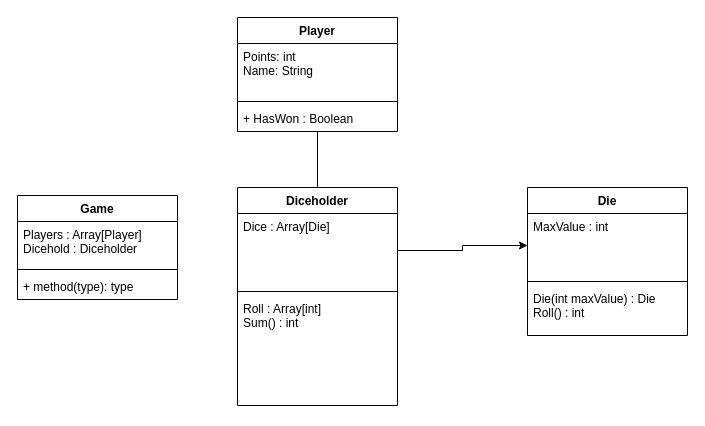
Earlier version of the draw.io diagram Untitled Diagram.drawio (Gruppe-10-DTU/CDIO1). Source tidied: cells renumbered, new cells numbered last; positions are measured from the earlier drawing's top-left corner, leaving out a move shared by most shapes. Both pictures are drawn from the tidied source at 100%, with x=0, y=0 at pixel (17, 17).
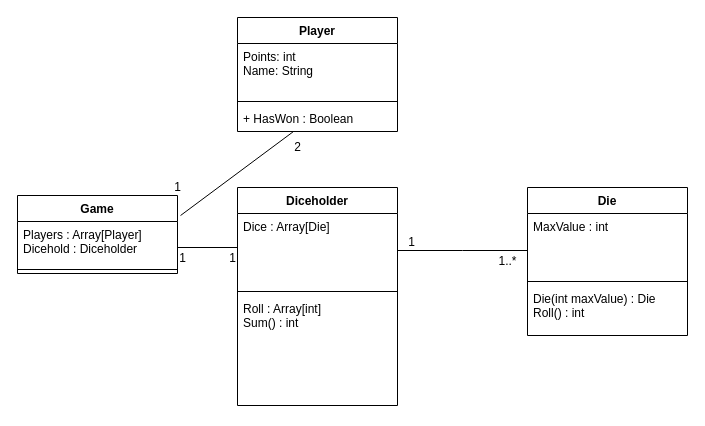
After the change.

Commit message:
Final UML for MVP

The change refers to these unchanged cells:
```xml
<mxCell id="5" value="+ HasWon : Boolean" style="text;strokeColor=none;fillColor=none;align=left;verticalAlign=top;spacingLeft=4;spacingRight=4;overflow=hidden;points=[[0,0.5],[1,0.5]];portConstraint=eastwest;" parent="2" vertex="1">
  <mxGeometry y="88" width="160" height="26" as="geometry" />
</mxCell>
<mxCell id="6" value="Diceholder" style="swimlane;fontStyle=1;align=center;verticalAlign=top;horizontal=1;startSize=26;" parent="1" vertex="1">
  <mxGeometry x="220" y="170" width="160" height="218" as="geometry" />
</mxCell>
<mxCell id="7" value="Dice : Array[Die]&#10;" style="text;strokeColor=none;fillColor=none;align=left;verticalAlign=top;spacingLeft=4;spacingRight=4;overflow=hidden;points=[[0,0.5],[1,0.5]];portConstraint=eastwest;" parent="6" vertex="1">
  <mxGeometry y="26" width="160" height="74" as="geometry" />
</mxCell>
<mxCell id="12" value="MaxValue : int" style="text;strokeColor=none;fillColor=none;align=left;verticalAlign=top;spacingLeft=4;spacingRight=4;overflow=hidden;points=[[0,0.5],[1,0.5]];portConstraint=eastwest;" parent="11" vertex="1">
  <mxGeometry y="26" width="160" height="64" as="geometry" />
</mxCell>
<mxCell id="17" value="Players : Array[Player]&#10;Dicehold : Diceholder" style="text;strokeColor=none;fillColor=none;align=left;verticalAlign=top;spacingLeft=4;spacingRight=4;overflow=hidden;points=[[0,0.5],[1,0.5]];portConstraint=eastwest;" parent="16" vertex="1">
  <mxGeometry y="26" width="160" height="44" as="geometry" />
</mxCell>
```

What changed in the source:
```diff
@@
-    <mxCell id="10" style="endArrow=none;html=1;rounded=0;" parent="1" edge="1" source="6" target="5">
+    <mxCell id="10" style="endArrow=none;html=1;rounded=0;exitX=1.019;exitY=-0.136;exitDx=0;exitDy=0;exitPerimeter=0;entryX=0.35;entryY=1;entryDx=0;entryDy=0;entryPerimeter=0;" parent="1" edge="1" source="17" target="5">
       <mxGeometry relative="1" as="geometry" />
     </mxCell>
@@
-    <mxCell id="15" style="edgeStyle=orthogonalEdgeStyle;rounded=0;jettySize=auto;html=1;exitX=1;exitY=0.5;exitDx=0;exitDy=0;entryX=0;entryY=0.5;entryDx=0;entryDy=0;" parent="1" edge="1" source="7" target="12">
-      <mxGeometry relative="1" as="geometry" />
-    </mxCell>
     <mxCell id="16" value="Game" style="swimlane;fontStyle=1;align=center;verticalAlign=top;horizontal=1;startSize=26;" parent="1" vertex="1">
-      <mxGeometry y="178" width="160" height="104" as="geometry" />
+      <mxGeometry y="178" width="160" height="78" as="geometry" />
     </mxCell>
@@
-    <mxCell id="19" value="+ method(type): type" style="text;strokeColor=none;fillColor=none;align=left;verticalAlign=top;spacingLeft=4;spacingRight=4;overflow=hidden;" parent="16" vertex="1">
-      <mxGeometry y="78" width="160" height="26" as="geometry" />
-    </mxCell>
+    <mxCell id="20" style="rounded=0;orthogonalLoop=1;jettySize=auto;html=1;endArrow=none;endFill=0;" parent="1" edge="1">
+      <mxGeometry relative="1" as="geometry">
+        <mxPoint x="220" y="230" as="sourcePoint" />
+        <mxPoint x="160" y="230" as="targetPoint" />
+      </mxGeometry>
+    </mxCell>
+    <mxCell id="21" value="2" style="text;html=1;align=center;verticalAlign=middle;strokeColor=none;fillColor=none;" parent="1" vertex="1">
+      <mxGeometry x="265" y="115" width="30" height="30" as="geometry" />
+    </mxCell>
+    <mxCell id="22" value="1" style="text;html=1;align=center;verticalAlign=middle;strokeColor=none;fillColor=none;" parent="1" vertex="1">
+      <mxGeometry x="145" y="155" width="30" height="30" as="geometry" />
+    </mxCell>
+    <mxCell id="23" value="1" style="text;html=1;align=center;verticalAlign=middle;strokeColor=none;fillColor=none;" parent="1" vertex="1">
+      <mxGeometry x="200" y="226" width="30" height="30" as="geometry" />
+    </mxCell>
+    <mxCell id="24" value="1" style="text;html=1;align=center;verticalAlign=middle;strokeColor=none;fillColor=none;" parent="1" vertex="1">
+      <mxGeometry x="150" y="226" width="30" height="30" as="geometry" />
+    </mxCell>
+    <mxCell id="25" value="1" style="text;html=1;align=center;verticalAlign=middle;strokeColor=none;fillColor=none;" parent="1" vertex="1">
+      <mxGeometry x="379" y="210" width="30" height="30" as="geometry" />
+    </mxCell>
+    <mxCell id="26" value="1..*" style="text;html=1;align=center;verticalAlign=middle;strokeColor=none;fillColor=none;" parent="1" vertex="1">
+      <mxGeometry x="470" y="229" width="40" height="30" as="geometry" />
+    </mxCell>
+    <mxCell id="27" style="edgeStyle=orthogonalEdgeStyle;rounded=0;jettySize=auto;html=1;exitX=1;exitY=0.5;exitDx=0;exitDy=0;endArrow=none;endFill=0;" parent="1" edge="1" source="7">
+      <mxGeometry relative="1" as="geometry">
+        <mxPoint x="510" y="233" as="targetPoint" />
+      </mxGeometry>
+    </mxCell>
```
